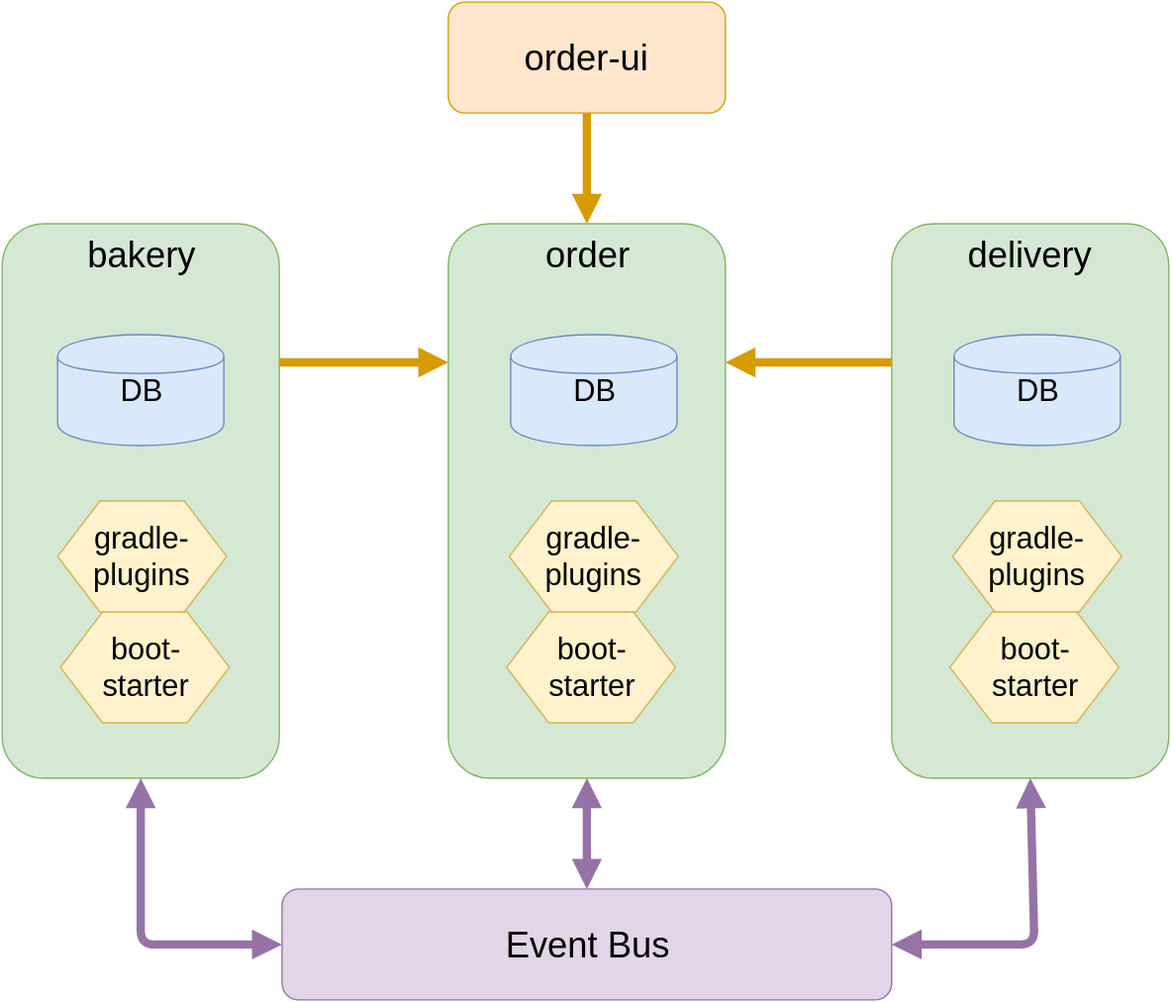
The draw.io diagram pizza-service-intro/img/epizza-legacy.svg in pk762/epizza, before a commit. Source tidied: cells renumbered, new cells last; positions are measured from the earlier drawing's top-left corner, leaving out a move shared by most shapes.
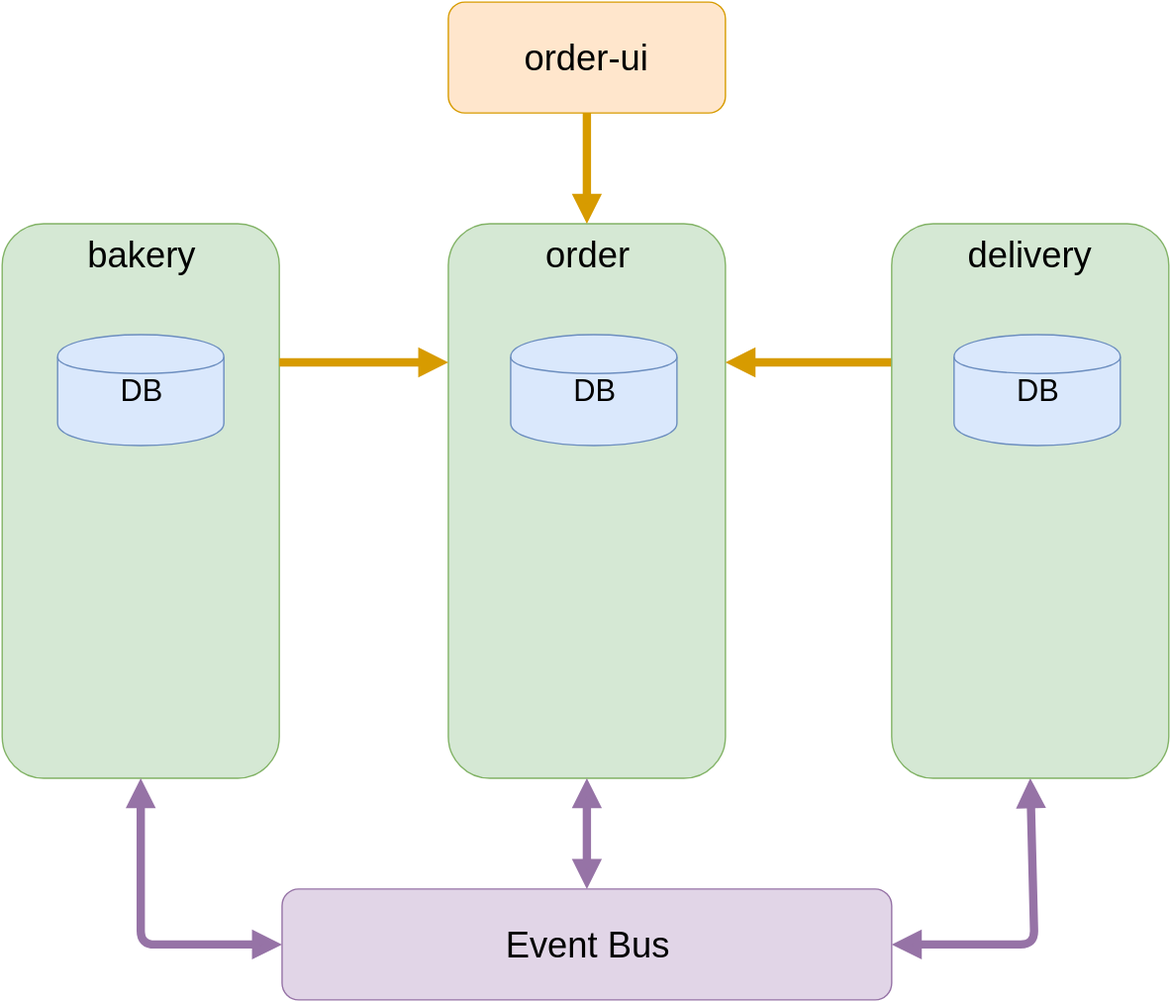
The same diagram one commit later.

Commit message:
updating legacy system diagram

What changed in the source:
```diff
@@ -20,18 +20,6 @@
     <mxCell id="7" value="order-ui" style="rounded=1;whiteSpace=wrap;html=1;shadow=0;glass=0;fillColor=#ffe6cc;fontSize=26;strokeColor=#d79b00;" parent="1" vertex="1">
       <mxGeometry x="322" width="200" height="80" as="geometry" />
     </mxCell>
-    <mxCell id="8" value="boot-&lt;br&gt;starter" style="shape=hexagon;perimeter=hexagonPerimeter;whiteSpace=wrap;html=1;shadow=0;glass=0;fillColor=#fff2cc;fontSize=22;strokeColor=#d6b656;" parent="1" vertex="1">
-      <mxGeometry x="42" y="440" width="122" height="80" as="geometry" />
-    </mxCell>
-    <mxCell id="9" value="gradle-plugins" style="shape=hexagon;perimeter=hexagonPerimeter;whiteSpace=wrap;html=1;shadow=0;glass=0;fillColor=#fff2cc;fontSize=22;strokeColor=#d6b656;" parent="1" vertex="1">
-      <mxGeometry x="40" y="360" width="122" height="80" as="geometry" />
-    </mxCell>
-    <mxCell id="10" value="boot-&lt;br&gt;starter" style="shape=hexagon;perimeter=hexagonPerimeter;whiteSpace=wrap;html=1;shadow=0;glass=0;fillColor=#fff2cc;fontSize=22;strokeColor=#d6b656;" parent="1" vertex="1">
-      <mxGeometry x="364" y="440" width="122" height="80" as="geometry" />
-    </mxCell>
-    <mxCell id="11" value="gradle-plugins" style="shape=hexagon;perimeter=hexagonPerimeter;whiteSpace=wrap;html=1;shadow=0;glass=0;fillColor=#fff2cc;fontSize=22;strokeColor=#d6b656;" parent="1" vertex="1">
-      <mxGeometry x="366" y="360" width="122" height="80" as="geometry" />
-    </mxCell>
     <mxCell id="12" style="endArrow=block;startArrow=block;html=1;shadow=0;strokeWidth=6;fontSize=22;entryX=0.5;entryY=1;exitX=0;exitY=0.5;fillColor=#e1d5e7;strokeColor=#9673a6;startFill=1;endFill=1;" parent="1" edge="1" source="2" target="3">
       <mxGeometry relative="1" as="geometry">
         <Array as="points">
@@ -61,12 +49,6 @@
     <mxCell id="18" value="DB" style="shape=cylinder;whiteSpace=wrap;html=1;shadow=0;glass=0;fillColor=#dae8fc;fontSize=22;strokeColor=#6c8ebf;verticalAlign=middle;" parent="1" vertex="1">
       <mxGeometry x="687" y="240" width="120" height="80" as="geometry" />
     </mxCell>
-    <mxCell id="19" value="boot-&lt;br&gt;starter" style="shape=hexagon;perimeter=hexagonPerimeter;whiteSpace=wrap;html=1;shadow=0;glass=0;fillColor=#fff2cc;fontSize=22;strokeColor=#d6b656;" parent="1" vertex="1">
-      <mxGeometry x="684" y="440" width="122" height="80" as="geometry" />
-    </mxCell>
-    <mxCell id="20" value="gradle-plugins" style="shape=hexagon;perimeter=hexagonPerimeter;whiteSpace=wrap;html=1;shadow=0;glass=0;fillColor=#fff2cc;fontSize=22;strokeColor=#d6b656;" parent="1" vertex="1">
-      <mxGeometry x="686" y="360" width="122" height="80" as="geometry" />
-    </mxCell>
     <mxCell id="21" style="endArrow=block;startArrow=block;html=1;shadow=0;strokeWidth=6;fontSize=22;entryX=0.5;entryY=1;exitX=0.5;exitY=0;fillColor=#e1d5e7;strokeColor=#9673a6;startFill=1;endFill=1;" parent="1" edge="1" source="2" target="4">
       <mxGeometry x="188" y="650" as="geometry" />
     </mxCell>
```
